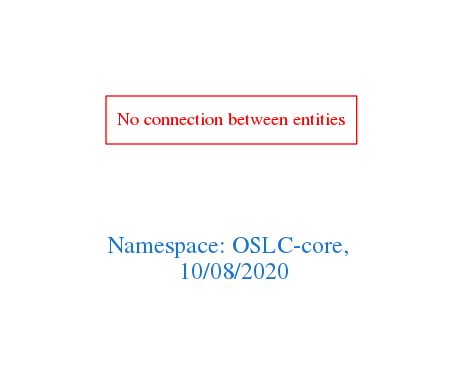
arago/OGIT keeps this Graphviz diagram as downloads/OSLC-core.png. Above is the earlier version. Its source is kept beside it as downloads/OSLC-core.dot.
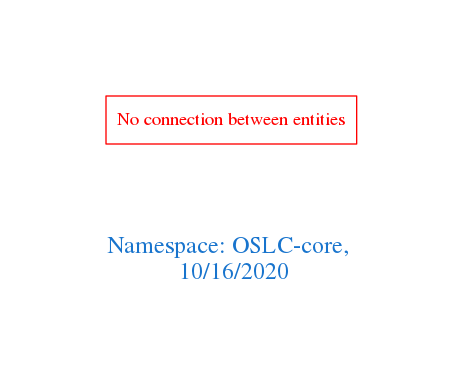
The same diagram one commit later.

The edit, as a diff of the source:
```diff
@@ -1,7 +1,7 @@
 digraph OGIT_ontology {
  graph [ rankdir= LR,pad=1
 fontsize = 18,
-fontcolor= dodgerblue3,label = "\n\n\nNamespace: OSLC-core, \n 10/08/2020"];
+fontcolor= dodgerblue3,label = "\n\n\nNamespace: OSLC-core, \n 10/16/2020"];
 node[shape=polygon];
 edge [  color="gray81"];
 
```
